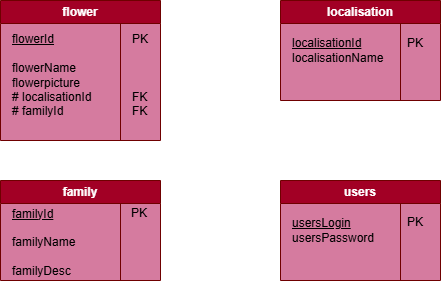
Earlier version of the draw.io export docs/mld.png (clemencechenevoix/B_A_P_I). Source tidied: cells renumbered, new cells last; positions are measured from the earlier drawing's top-left corner, leaving out a move shared by most shapes. The source it was exported from:
```xml
<mxGraphModel background="light-dark(#FFFFFF,#FFFFFF)">
  <root>
    <mxCell id="0" />
    <mxCell id="1" parent="0" />
    <mxCell id="2" value="flower" style="swimlane;whiteSpace=wrap;html=1;fillColor=#a20025;fontColor=#ffffff;strokeColor=#6F0000;swimlaneFillColor=light-dark(#D57B9F,#D57B9F);" parent="1" vertex="1">
      <mxGeometry width="160" height="140" as="geometry" />
    </mxCell>
    <mxCell id="3" value="&lt;u&gt;flowerId&lt;/u&gt;&lt;div&gt;&lt;br&gt;&lt;div&gt;flowerName&lt;/div&gt;&lt;div style=&quot;&quot;&gt;flowerpicture&lt;/div&gt;&lt;div style=&quot;&quot;&gt;# localisationId&lt;/div&gt;&lt;div style=&quot;&quot;&gt;# familyId&lt;/div&gt;&lt;/div&gt;" style="text;html=1;whiteSpace=wrap;strokeColor=none;fillColor=none;align=left;verticalAlign=middle;rounded=0;fontColor=light-dark(#000000,#060606);" parent="2" vertex="1">
      <mxGeometry x="10" y="60" width="100" height="30" as="geometry" />
    </mxCell>
    <mxCell id="4" value="localisation" style="swimlane;whiteSpace=wrap;html=1;fillColor=#a20025;strokeColor=#6F0000;fontColor=#ffffff;swimlaneFillColor=light-dark(#D57B9F,#D57B9F);" parent="1" vertex="1">
      <mxGeometry x="280" width="160" height="100" as="geometry" />
    </mxCell>
    <mxCell id="5" value="&lt;u&gt;localisationId&lt;br&gt;&lt;/u&gt;&lt;div&gt;&lt;span style=&quot;background-color: transparent; color: light-dark(rgb(0, 0, 0), rgb(6, 6, 6));&quot;&gt;localisationN&lt;/span&gt;ame&lt;/div&gt;" style="text;html=1;whiteSpace=wrap;strokeColor=none;fillColor=none;align=left;verticalAlign=middle;rounded=0;fontColor=light-dark(#000000,#060606);" parent="4" vertex="1">
      <mxGeometry x="10" y="35" width="60" height="30" as="geometry" />
    </mxCell>
    <mxCell id="6" style="endArrow=none;html=1;rounded=0;fillColor=#a20025;strokeColor=#6F0000;entryX=0.75;entryY=1;entryDx=0;entryDy=0;" parent="4" edge="1" target="4">
      <mxGeometry relative="1" as="geometry">
        <mxPoint x="120" y="23" as="sourcePoint" />
      </mxGeometry>
    </mxCell>
    <mxCell id="7" value="PK" style="text;html=1;whiteSpace=wrap;strokeColor=none;fillColor=none;align=left;verticalAlign=middle;rounded=0;fontColor=light-dark(#000000,#060606);" parent="4" vertex="1">
      <mxGeometry x="125" y="28" width="30" height="30" as="geometry" />
    </mxCell>
    <mxCell id="8" value="family" style="swimlane;whiteSpace=wrap;html=1;startSize=23;fillColor=#a20025;fontColor=#ffffff;strokeColor=#6F0000;gradientColor=none;swimlaneFillColor=light-dark(#D57B9F,#D57B9F);" parent="1" vertex="1">
      <mxGeometry y="180" width="160" height="100" as="geometry" />
    </mxCell>
    <mxCell id="9" value="&lt;u&gt;familyId&lt;/u&gt;&lt;div&gt;&lt;u&gt;&lt;br&gt;&lt;/u&gt;&lt;div&gt;familyName&lt;/div&gt;&lt;div style=&quot;&quot;&gt;&lt;br&gt;&lt;/div&gt;&lt;div style=&quot;&quot;&gt;familyDesc&lt;/div&gt;&lt;/div&gt;" style="text;html=1;whiteSpace=wrap;strokeColor=none;fillColor=none;align=left;verticalAlign=middle;rounded=0;fontColor=light-dark(#000000,#060606);" parent="8" vertex="1">
      <mxGeometry x="10" y="47" width="60" height="30" as="geometry" />
    </mxCell>
    <mxCell id="10" style="endArrow=none;html=1;rounded=0;fillColor=#a20025;strokeColor=#6F0000;entryX=0.75;entryY=1;entryDx=0;entryDy=0;" parent="8" edge="1">
      <mxGeometry relative="1" as="geometry">
        <mxPoint x="120" y="23" as="sourcePoint" />
        <mxPoint x="120" y="100" as="targetPoint" />
      </mxGeometry>
    </mxCell>
    <mxCell id="11" value="PK" style="text;html=1;whiteSpace=wrap;strokeColor=none;fillColor=none;align=left;verticalAlign=middle;rounded=0;fontColor=light-dark(#000000,#060606);" parent="8" vertex="1">
      <mxGeometry x="129" y="18" width="30" height="30" as="geometry" />
    </mxCell>
    <mxCell id="12" value="users" style="swimlane;whiteSpace=wrap;html=1;startSize=23;fillColor=#a20025;fontColor=#ffffff;strokeColor=#6F0000;gradientColor=none;swimlaneFillColor=light-dark(#D57B9F,#D57B9F);" parent="1" vertex="1">
      <mxGeometry x="280" y="180" width="160" height="100" as="geometry" />
    </mxCell>
    <mxCell id="13" value="&lt;u&gt;usersLogin&lt;/u&gt;&lt;br&gt;&lt;div&gt;usersPassword&lt;/div&gt;" style="text;html=1;whiteSpace=wrap;strokeColor=none;fillColor=none;align=left;verticalAlign=middle;rounded=0;fontColor=light-dark(#000000,#060606);" parent="12" vertex="1">
      <mxGeometry x="10" y="35" width="60" height="30" as="geometry" />
    </mxCell>
    <mxCell id="14" style="endArrow=none;html=1;rounded=0;fillColor=#a20025;strokeColor=#6F0000;entryX=0.75;entryY=1;entryDx=0;entryDy=0;" parent="12" edge="1">
      <mxGeometry relative="1" as="geometry">
        <mxPoint x="120" y="23" as="sourcePoint" />
        <mxPoint x="120" y="100" as="targetPoint" />
      </mxGeometry>
    </mxCell>
    <mxCell id="15" value="PK" style="text;html=1;whiteSpace=wrap;strokeColor=none;fillColor=none;align=left;verticalAlign=middle;rounded=0;fontColor=light-dark(#000000,#060606);" parent="12" vertex="1">
      <mxGeometry x="125" y="27" width="30" height="30" as="geometry" />
    </mxCell>
    <mxCell id="16" style="endArrow=none;html=1;rounded=0;entryX=0.75;entryY=1;entryDx=0;entryDy=0;fillColor=#a20025;strokeColor=#6F0000;" parent="1" edge="1" target="2">
      <mxGeometry relative="1" as="geometry">
        <mxPoint x="120" y="23" as="sourcePoint" />
      </mxGeometry>
    </mxCell>
    <mxCell id="17" value="PK&lt;br&gt;&lt;div&gt;&lt;br&gt;&lt;div&gt;&lt;br&gt;&lt;/div&gt;&lt;div style=&quot;&quot;&gt;&lt;br&gt;&lt;/div&gt;&lt;div style=&quot;&quot;&gt;FK&lt;/div&gt;&lt;div style=&quot;&quot;&gt;FK&lt;/div&gt;&lt;/div&gt;" style="text;html=1;whiteSpace=wrap;strokeColor=none;fillColor=none;align=left;verticalAlign=middle;rounded=0;fontColor=light-dark(#000000,#060606);" parent="1" vertex="1">
      <mxGeometry x="130" y="60" width="100" height="30" as="geometry" />
    </mxCell>
  </root>
</mxGraphModel>
```
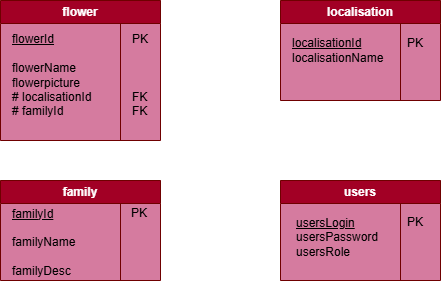
After the change.

Commit message:
FEAT(database): add the usersRole column to the table users and secure admin information in the seed

Diff of the diagram source:
```diff
@@ -40,8 +40,8 @@
     <mxCell id="12" value="users" style="swimlane;whiteSpace=wrap;html=1;startSize=23;fillColor=#a20025;fontColor=#ffffff;strokeColor=#6F0000;gradientColor=none;swimlaneFillColor=light-dark(#D57B9F,#D57B9F);" parent="1" vertex="1">
       <mxGeometry x="280" y="180" width="160" height="100" as="geometry" />
     </mxCell>
-    <mxCell id="13" value="&lt;u&gt;usersLogin&lt;/u&gt;&lt;br&gt;&lt;div&gt;usersPassword&lt;/div&gt;" style="text;html=1;whiteSpace=wrap;strokeColor=none;fillColor=none;align=left;verticalAlign=middle;rounded=0;fontColor=light-dark(#000000,#060606);" parent="12" vertex="1">
-      <mxGeometry x="10" y="35" width="60" height="30" as="geometry" />
+    <mxCell id="13" value="&lt;u&gt;usersLogin&lt;/u&gt;&lt;br&gt;&lt;div&gt;usersPasswor&lt;span style=&quot;background-color: transparent; color: light-dark(rgb(0, 0, 0), rgb(6, 6, 6));&quot;&gt;d&lt;/span&gt;&lt;/div&gt;&lt;div&gt;&lt;span style=&quot;background-color: transparent; color: light-dark(rgb(0, 0, 0), rgb(6, 6, 6));&quot;&gt;usersRole&lt;/span&gt;&lt;/div&gt;" style="text;html=1;whiteSpace=wrap;strokeColor=none;fillColor=none;align=left;verticalAlign=middle;rounded=0;fontColor=light-dark(#000000,#060606);" parent="12" vertex="1">
+      <mxGeometry x="14" y="42" width="60" height="30" as="geometry" />
     </mxCell>
     <mxCell id="14" style="endArrow=none;html=1;rounded=0;fillColor=#a20025;strokeColor=#6F0000;entryX=0.75;entryY=1;entryDx=0;entryDy=0;" parent="12" edge="1">
       <mxGeometry relative="1" as="geometry">
```
